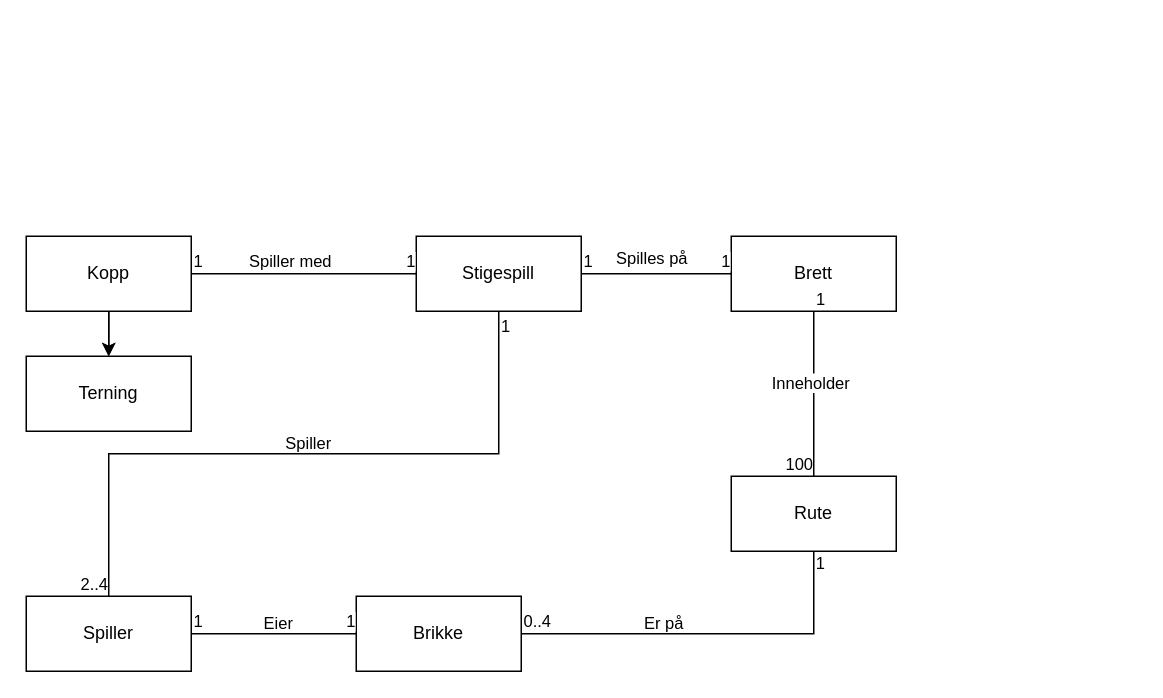
Earlier version of the draw.io diagram page "Domenediagram" (1 of 6) of Modeller.drawio (184885/DAT109_Oblig1). Source tidied: cells renumbered, new cells numbered last; positions are measured from the earlier drawing's top-left corner, leaving out a move shared by most shapes. Both pictures are drawn from the tidied source at 150%, with x=0, y=0 at pixel (26, 236).
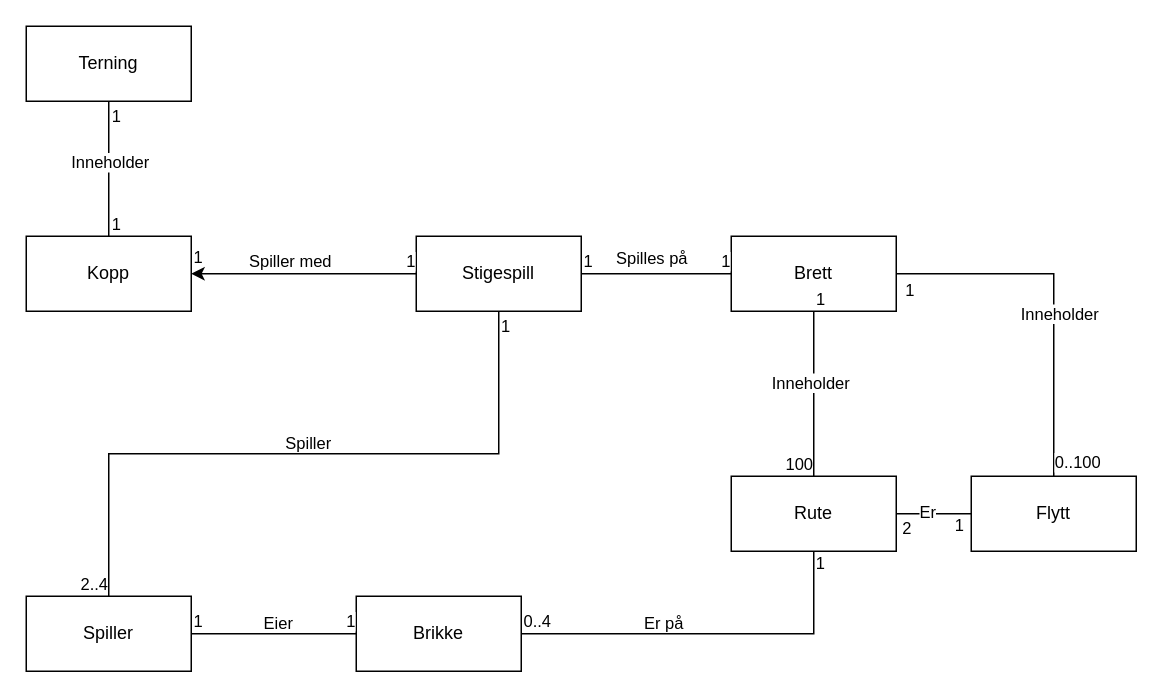
The same page after the edit.

Unchanged cells that the change refers to:
```xml
<mxCell id="2" value="Stigespill" style="html=1;whiteSpace=wrap;" parent="1" vertex="1">
  <mxGeometry x="260" width="110" height="50" as="geometry" />
</mxCell>
<mxCell id="6" value="Kopp" style="html=1;whiteSpace=wrap;" parent="1" vertex="1">
  <mxGeometry width="110" height="50" as="geometry" />
</mxCell>
<mxCell id="7" value="Brett" style="html=1;whiteSpace=wrap;" parent="1" vertex="1">
  <mxGeometry x="470" width="110" height="50" as="geometry" />
</mxCell>
<mxCell id="8" value="Rute" style="html=1;whiteSpace=wrap;" parent="1" vertex="1">
  <mxGeometry x="470" y="160" width="110" height="50" as="geometry" />
</mxCell>
```

Diff of the diagram source:
```diff
@@
-    <mxCell id="4" style="edgeStyle=orthogonalEdgeStyle;rounded=0;jettySize=auto;html=1;" parent="1" edge="1" source="6" target="34">
+    <mxCell id="4" style="edgeStyle=orthogonalEdgeStyle;rounded=0;jettySize=auto;html=1;endArrow=none;endFill=0;" parent="1" edge="1" source="6" target="34">
       <mxGeometry relative="1" as="geometry" />
     </mxCell>
-    <mxCell id="5" style="edgeStyle=orthogonalEdgeStyle;rounded=0;jettySize=auto;html=1;entryX=0.5;entryY=0;entryDx=0;entryDy=0;" parent="1" edge="1" source="6" target="34">
-      <mxGeometry relative="1" as="geometry" />
-    </mxCell>
+    <mxCell id="35" value="Inneholder" style="edgeLabel;html=1;align=center;verticalAlign=middle;" parent="4" vertex="1">
+      <mxGeometry x="0.4" y="-1" relative="1" as="geometry">
+        <mxPoint x="-1" y="13" as="offset" />
+      </mxGeometry>
+    </mxCell>
+    <mxCell id="36" value="1" style="edgeLabel;html=1;align=center;verticalAlign=middle;" parent="4" vertex="1">
+      <mxGeometry x="0.65" y="2" relative="1" as="geometry">
+        <mxPoint x="6" y="-7" as="offset" />
+      </mxGeometry>
+    </mxCell>
+    <mxCell id="37" value="1" style="edgeLabel;html=1;align=center;verticalAlign=middle;" parent="4" vertex="1">
+      <mxGeometry x="-0.64" relative="1" as="geometry">
+        <mxPoint x="4" y="7" as="offset" />
+      </mxGeometry>
+    </mxCell>
@@
+    <mxCell id="38" style="edgeStyle=orthogonalEdgeStyle;rounded=0;jettySize=auto;html=1;entryX=0.5;entryY=0;entryDx=0;entryDy=0;endArrow=none;endFill=0;" parent="1" edge="1" source="7" target="46">
+      <mxGeometry relative="1" as="geometry" />
+    </mxCell>
+    <mxCell id="39" value="Inneholder" style="edgeLabel;html=1;align=center;verticalAlign=middle;" parent="38" vertex="1">
+      <mxGeometry x="0.09" y="3" relative="1" as="geometry" />
+    </mxCell>
+    <mxCell id="40" value="0..100" style="edgeLabel;html=1;align=center;verticalAlign=middle;" parent="38" vertex="1">
+      <mxGeometry x="0.73" relative="1" as="geometry">
+        <mxPoint x="15" y="22" as="offset" />
+      </mxGeometry>
+    </mxCell>
+    <mxCell id="41" value="1" style="edgeLabel;html=1;align=center;verticalAlign=middle;" parent="38" vertex="1">
+      <mxGeometry x="-0.86" y="-3" relative="1" as="geometry">
+        <mxPoint x="-9" y="7" as="offset" />
+      </mxGeometry>
+    </mxCell>
@@
+    <mxCell id="42" style="edgeStyle=orthogonalEdgeStyle;rounded=0;jettySize=auto;html=1;entryX=0;entryY=0.5;entryDx=0;entryDy=0;endArrow=none;endFill=0;" parent="1" edge="1" source="8" target="46">
+      <mxGeometry relative="1" as="geometry" />
+    </mxCell>
+    <mxCell id="43" value="2" style="edgeLabel;html=1;align=center;verticalAlign=middle;" parent="42" vertex="1">
+      <mxGeometry x="-0.43" y="-6" relative="1" as="geometry">
+        <mxPoint x="-8" y="3" as="offset" />
+      </mxGeometry>
+    </mxCell>
+    <mxCell id="44" value="Er" style="edgeLabel;html=1;align=center;verticalAlign=middle;" parent="42" vertex="1">
+      <mxGeometry x="-0.19" y="2" relative="1" as="geometry" />
+    </mxCell>
+    <mxCell id="45" value="1" style="edgeLabel;html=1;align=center;verticalAlign=middle;" parent="42" vertex="1">
+      <mxGeometry x="0.62" y="-7" relative="1" as="geometry" />
+    </mxCell>
@@
-    <mxCell id="10" style="endArrow=none;html=1;edgeStyle=orthogonalEdgeStyle;rounded=0;entryX=0;entryY=0.5;entryDx=0;entryDy=0;exitX=1;exitY=0.5;exitDx=0;exitDy=0;" parent="1" edge="1" source="6" target="2">
+    <mxCell id="10" style="endArrow=none;html=1;edgeStyle=orthogonalEdgeStyle;rounded=0;entryX=0;entryY=0.5;entryDx=0;entryDy=0;exitX=1;exitY=0.5;exitDx=0;exitDy=0;startArrow=classic;startFill=1;" parent="1" edge="1" source="6" target="2">
       <mxGeometry relative="1" as="geometry" />
     </mxCell>
     <mxCell id="11" value="1" style="edgeLabel;html=1;align=left;verticalAlign=bottom;" parent="10" vertex="1">
-      <mxGeometry x="-1" relative="1" as="geometry" />
+      <mxGeometry x="-1" relative="1" as="geometry">
+        <mxPoint y="-3" as="offset" />
+      </mxGeometry>
     </mxCell>
@@
     <mxCell id="34" value="Terning" style="html=1;whiteSpace=wrap;" parent="1" vertex="1">
-      <mxGeometry y="80" width="110" height="50" as="geometry" />
+      <mxGeometry y="-140" width="110" height="50" as="geometry" />
     </mxCell>
+    <mxCell id="46" value="Flytt" style="html=1;whiteSpace=wrap;" parent="1" vertex="1">
+      <mxGeometry x="630" y="160" width="110" height="50" as="geometry" />
+    </mxCell>
```
